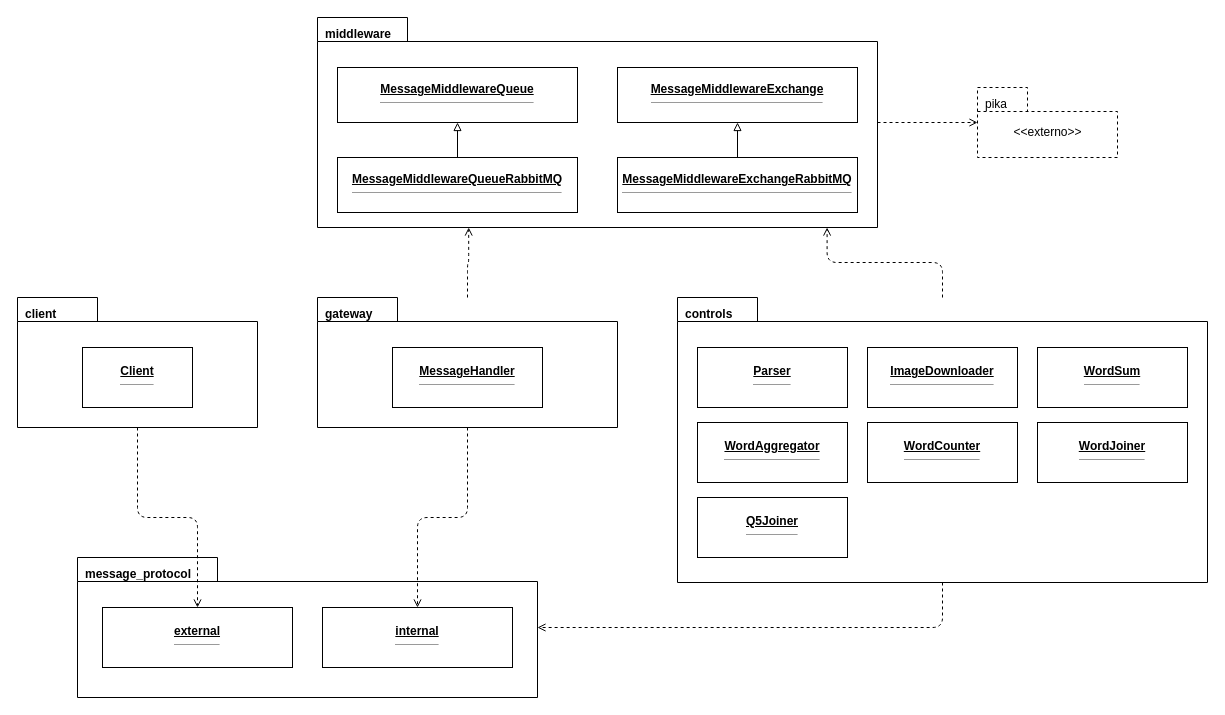
LuccaMarino/tp-grupal_Distribuidos keeps this draw.io diagram as diseño/diagramas/paquetes.drawio. Above is the earlier version. Source tidied: cells renumbered, new cells numbered last; positions are measured from the earlier drawing's top-left corner, leaving out a move shared by most shapes. Both pictures are drawn from the tidied source at 100%, with x=0, y=0 at pixel (17, 17).
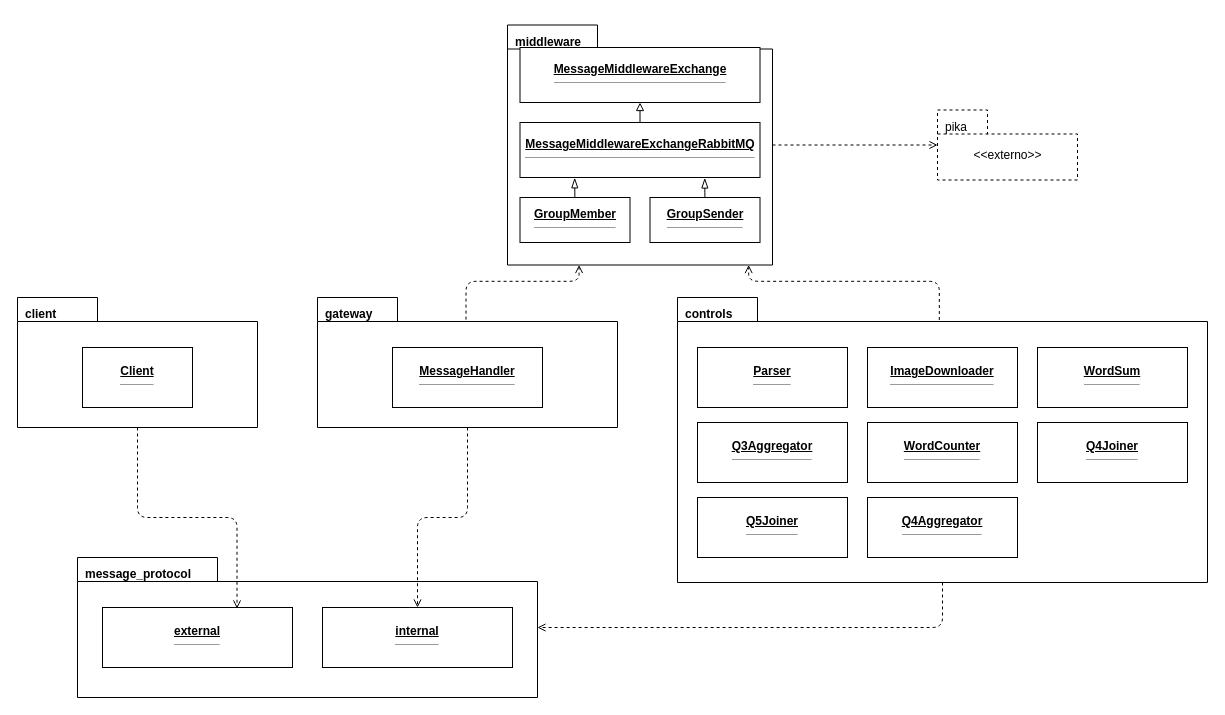
After the change.

The change refers to these unchanged cells:
```xml
<mxCell id="11" value="client" style="shape=folder;fontStyle=1;tabWidth=80;tabHeight=24;tabPosition=left;html=1;whiteSpace=wrap;align=left;spacingLeft=6;verticalAlign=top;spacingTop=3;" parent="1" vertex="1">
  <mxGeometry y="280" width="240" height="130" as="geometry" />
</mxCell>
<mxCell id="13" value="gateway" style="shape=folder;fontStyle=1;tabWidth=80;tabHeight=24;tabPosition=left;html=1;whiteSpace=wrap;align=left;spacingLeft=6;verticalAlign=top;spacingTop=3;" parent="1" vertex="1">
  <mxGeometry x="300" y="280" width="300" height="130" as="geometry" />
</mxCell>
<mxCell id="15" value="controls" style="shape=folder;fontStyle=1;tabWidth=80;tabHeight=24;tabPosition=left;html=1;whiteSpace=wrap;align=left;spacingLeft=6;verticalAlign=top;spacingTop=3;" parent="1" vertex="1">
  <mxGeometry x="660" y="280" width="530" height="285" as="geometry" />
</mxCell>
<mxCell id="24" value="&lt;u&gt;&lt;b&gt;external&lt;/b&gt;&lt;/u&gt;&lt;hr size=&quot;1&quot;&gt;" style="html=1;whiteSpace=wrap;align=center;" parent="23" vertex="1">
  <mxGeometry x="25" y="50" width="190" height="60" as="geometry" />
</mxCell>
```

Diff of the diagram source:
```diff
@@
     <mxCell id="2" value="middleware" style="shape=folder;fontStyle=1;tabWidth=90;tabHeight=24;tabPosition=left;html=1;whiteSpace=wrap;align=left;spacingLeft=6;verticalAlign=top;spacingTop=3;" parent="1" vertex="1">
-      <mxGeometry x="300" width="560" height="210" as="geometry" />
+      <mxGeometry x="490" y="7.5" width="265" height="240" as="geometry" />
     </mxCell>
-    <mxCell id="3" value="&lt;u&gt;&lt;b&gt;MessageMiddlewareQueue&lt;/b&gt;&lt;/u&gt;&lt;hr size=&quot;1&quot;&gt;" style="html=1;whiteSpace=wrap;align=center;" parent="2" vertex="1">
-      <mxGeometry x="20" y="50" width="240" height="55" as="geometry" />
-    </mxCell>
-    <mxCell id="4" value="&lt;u&gt;&lt;b&gt;MessageMiddlewareExchange&lt;/b&gt;&lt;/u&gt;&lt;hr size=&quot;1&quot;&gt;" style="html=1;whiteSpace=wrap;align=center;" parent="2" vertex="1">
-      <mxGeometry x="300" y="50" width="240" height="55" as="geometry" />
-    </mxCell>
-    <mxCell id="5" value="&lt;u&gt;&lt;b&gt;MessageMiddlewareQueueRabbitMQ&lt;/b&gt;&lt;/u&gt;&lt;hr size=&quot;1&quot;&gt;" style="html=1;whiteSpace=wrap;align=center;" parent="2" vertex="1">
-      <mxGeometry x="20" y="140" width="240" height="55" as="geometry" />
-    </mxCell>
-    <mxCell id="6" value="&lt;u&gt;&lt;b&gt;MessageMiddlewareExchangeRabbitMQ&lt;/b&gt;&lt;/u&gt;&lt;hr size=&quot;1&quot;&gt;" style="html=1;whiteSpace=wrap;align=center;" parent="2" vertex="1">
-      <mxGeometry x="300" y="140" width="240" height="55" as="geometry" />
-    </mxCell>
-    <mxCell id="7" style="edgeStyle=orthogonalEdgeStyle;html=1;endArrow=block;endFill=0;" parent="1" edge="1" source="5" target="3">
-      <mxGeometry relative="1" as="geometry" />
-    </mxCell>
@@
     <mxCell id="9" value="pika" style="shape=folder;tabWidth=50;tabHeight=24;tabPosition=left;html=1;whiteSpace=wrap;dashed=1;align=left;spacingLeft=6;verticalAlign=top;spacingTop=3;" parent="1" vertex="1">
-      <mxGeometry x="960" y="70" width="140" height="70" as="geometry" />
+      <mxGeometry x="920" y="92.5" width="140" height="70" as="geometry" />
     </mxCell>
@@
-    <mxCell id="19" value="&lt;u&gt;&lt;b&gt;WordAggregator&lt;/b&gt;&lt;/u&gt;&lt;hr size=&quot;1&quot;&gt;" style="html=1;whiteSpace=wrap;align=center;" parent="15" vertex="1">
-      <mxGeometry x="20" y="125" width="150" height="60" as="geometry" />
-    </mxCell>
+    <mxCell id="32" value="&lt;u&gt;&lt;b&gt;Q3Aggregator&lt;/b&gt;&lt;/u&gt;&lt;hr size=&quot;1&quot;&gt;" style="html=1;whiteSpace=wrap;align=center;" parent="15" vertex="1">
+      <mxGeometry x="20" y="125" width="150" height="60" as="geometry" />
+    </mxCell>
@@
-    <mxCell id="21" value="&lt;u&gt;&lt;b&gt;WordJoiner&lt;/b&gt;&lt;/u&gt;&lt;hr size=&quot;1&quot;&gt;" style="html=1;whiteSpace=wrap;align=center;" parent="15" vertex="1">
-      <mxGeometry x="360" y="125" width="150" height="60" as="geometry" />
-    </mxCell>
+    <mxCell id="33" value="&lt;u&gt;&lt;b&gt;Q4Joiner&lt;/b&gt;&lt;/u&gt;&lt;hr size=&quot;1&quot;&gt;" style="html=1;whiteSpace=wrap;align=center;" parent="15" vertex="1">
+      <mxGeometry x="360" y="125" width="150" height="60" as="geometry" />
+    </mxCell>
@@
+    <mxCell id="34" value="&lt;u&gt;&lt;b&gt;Q4Aggregator&lt;/b&gt;&lt;/u&gt;&lt;hr size=&quot;1&quot;&gt;" style="html=1;whiteSpace=wrap;align=center;" parent="15" vertex="1">
+      <mxGeometry x="190" y="200" width="150" height="60" as="geometry" />
+    </mxCell>
@@
-    <mxCell id="26" style="edgeStyle=orthogonalEdgeStyle;html=1;endArrow=open;dashed=1;exitX=0.5;exitY=1;entryX=0.5;entryY=0;" parent="1" edge="1" source="11" target="24">
-      <mxGeometry relative="1" as="geometry" />
+    <mxCell id="26" style="edgeStyle=orthogonalEdgeStyle;html=1;endArrow=open;dashed=1;exitX=0.5;exitY=1;entryX=0.708;entryY=0.017;entryDx=0;entryDy=0;entryPerimeter=0;" parent="1" edge="1" source="11" target="24">
+      <mxGeometry x="-0.14" relative="1" as="geometry">
+        <Array as="points">
+          <mxPoint x="120" y="500" />
+          <mxPoint x="219.5" y="500" />
+        </Array>
+      </mxGeometry>
     </mxCell>
@@
-    <mxCell id="29" style="edgeStyle=orthogonalEdgeStyle;html=1;endArrow=open;dashed=1;exitX=0.5;exitY=0;entryX=0.27;entryY=1;" parent="1" edge="1" source="13" target="2">
-      <mxGeometry relative="1" as="geometry" />
+    <mxCell id="29" style="edgeStyle=orthogonalEdgeStyle;html=1;endArrow=open;dashed=1;exitX=0.495;exitY=0.17;entryX=0.27;entryY=1;exitDx=0;exitDy=0;exitPerimeter=0;" parent="1" edge="1" source="13" target="2">
+      <mxGeometry x="0.14" relative="1" as="geometry" />
     </mxCell>
-    <mxCell id="30" style="edgeStyle=orthogonalEdgeStyle;html=1;endArrow=open;dashed=1;exitX=0.5;exitY=0;entryX=0.91;entryY=1;" parent="1" edge="1" source="15" target="2">
-      <mxGeometry relative="1" as="geometry" />
+    <mxCell id="30" style="edgeStyle=orthogonalEdgeStyle;html=1;endArrow=open;dashed=1;exitX=0.494;exitY=0.079;entryX=0.91;entryY=1;exitDx=0;exitDy=0;exitPerimeter=0;" parent="1" edge="1" source="15" target="2">
+      <mxGeometry x="0.08" relative="1" as="geometry" />
     </mxCell>
@@
+    <mxCell id="4" value="&lt;u&gt;&lt;b&gt;MessageMiddlewareExchange&lt;/b&gt;&lt;/u&gt;&lt;hr size=&quot;1&quot;&gt;" style="html=1;whiteSpace=wrap;align=center;" parent="1" vertex="1">
+      <mxGeometry x="502.5" y="30" width="240" height="55" as="geometry" />
+    </mxCell>
+    <mxCell id="6" value="&lt;u&gt;&lt;b&gt;MessageMiddlewareExchangeRabbitMQ&lt;/b&gt;&lt;/u&gt;&lt;hr size=&quot;1&quot;&gt;" style="html=1;whiteSpace=wrap;align=center;" parent="1" vertex="1">
+      <mxGeometry x="502.5" y="105" width="240" height="55" as="geometry" />
+    </mxCell>
+    <mxCell id="35" value="&lt;u&gt;&lt;b&gt;GroupMember&lt;/b&gt;&lt;/u&gt;&lt;hr size=&quot;1&quot;&gt;" style="html=1;whiteSpace=wrap;align=center;" parent="1" vertex="1">
+      <mxGeometry x="502.5" y="180" width="110" height="45" as="geometry" />
+    </mxCell>
+    <mxCell id="36" value="&lt;u&gt;&lt;b&gt;GroupSender&lt;/b&gt;&lt;/u&gt;&lt;hr size=&quot;1&quot;&gt;" style="html=1;whiteSpace=wrap;align=center;" parent="1" vertex="1">
+      <mxGeometry x="632.5" y="180" width="110" height="45" as="geometry" />
+    </mxCell>
+    <mxCell id="37" style="edgeStyle=none;curved=1;rounded=0;curveGeometry=1;jettySize=auto;html=1;entryX=0.228;entryY=1.006;entryDx=0;entryDy=0;entryPerimeter=0;fontSize=12;defaultLabelBackgroundColor=page;startSize=8;endSize=8;endArrow=blockThin;endFill=0;" parent="1" edge="1" source="35" target="6">
+      <mxGeometry relative="1" as="geometry" />
+    </mxCell>
+    <mxCell id="38" style="edgeStyle=none;curved=1;rounded=0;curveGeometry=1;jettySize=auto;html=1;entryX=0.77;entryY=1.009;entryDx=0;entryDy=0;entryPerimeter=0;fontSize=12;defaultLabelBackgroundColor=page;startSize=8;endSize=8;endArrow=blockThin;endFill=0;" parent="1" edge="1" source="36" target="6">
+      <mxGeometry relative="1" as="geometry" />
+    </mxCell>
```
